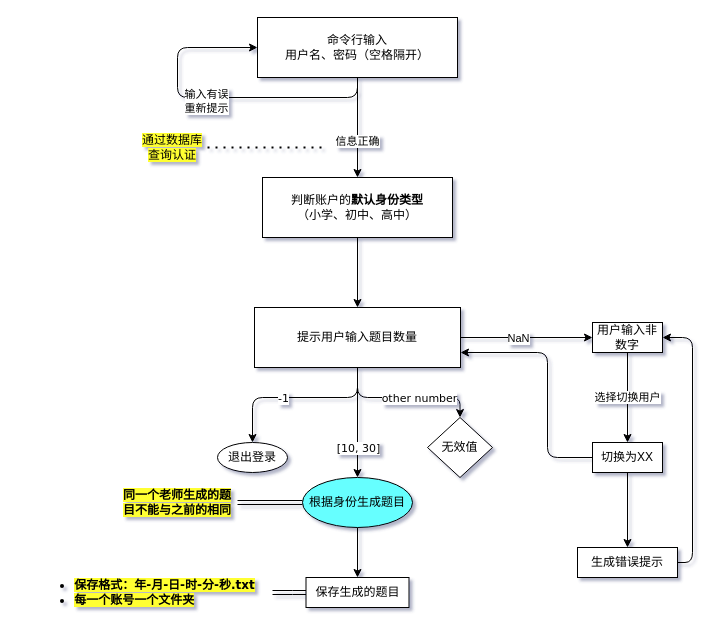
This is 个人项目分析.drawio from bankarian/pics, a draw.io file, before an edit. Source tidied: cells renumbered, new cells numbered last; positions are measured from the earlier drawing's top-left corner, leaving out a move shared by most shapes. Both pictures are drawn from the tidied source at 100%, with x=0, y=0 at pixel (17, 17).
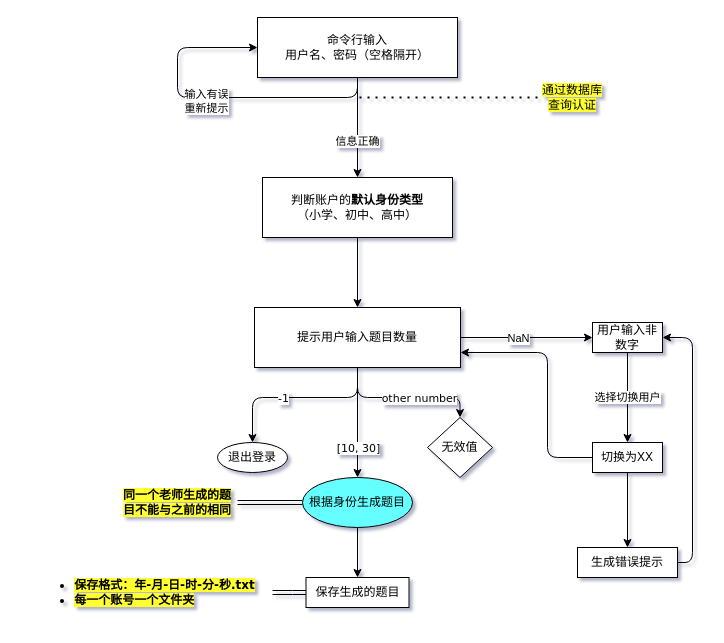
After the change.

Commit message:
Update 个人项目分析.drawio

Change to the diagram source:
```diff
@@
     <mxCell id="34" value="&lt;span style=&quot;background-color: rgb(255 , 255 , 51)&quot;&gt;通过数据库查询认证&lt;/span&gt;" style="text;html=1;strokeColor=none;fillColor=none;align=center;verticalAlign=middle;whiteSpace=wrap;rounded=0;sketch=0;" parent="1" vertex="1">
-      <mxGeometry x="120" y="120" width="70" height="20" as="geometry" />
+      <mxGeometry x="520" y="70" width="70" height="20" as="geometry" />
     </mxCell>
-    <mxCell id="35" style="endArrow=none;dashed=1;html=1;dashPattern=1 3;strokeWidth=2;exitX=1;exitY=0.5;exitDx=0;exitDy=0;" parent="1" edge="1" source="34">
+    <mxCell id="35" style="endArrow=none;dashed=1;html=1;dashPattern=1 3;strokeWidth=2;" parent="1" edge="1" source="34">
       <mxGeometry relative="1" as="geometry">
-        <mxPoint x="310" y="130" as="targetPoint" />
+        <mxPoint x="340" y="80" as="targetPoint" />
       </mxGeometry>
     </mxCell>
```
